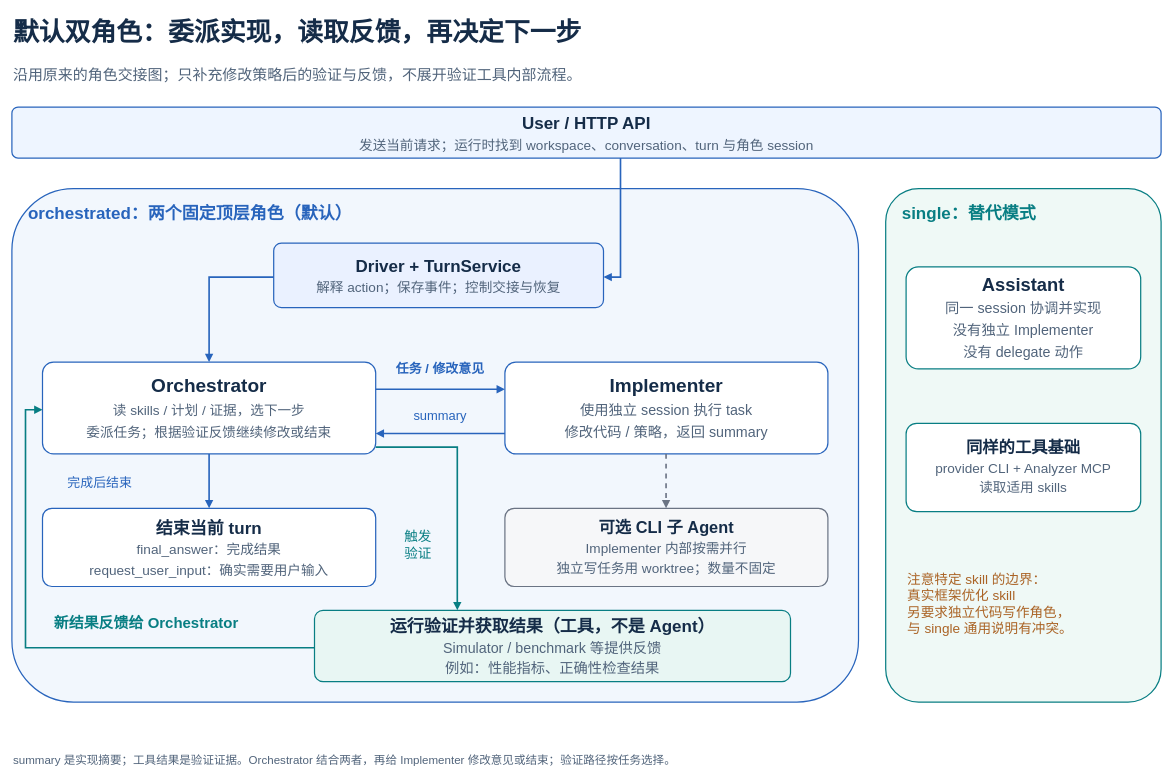
This is page "02 Agent运行时" (2 of 6) of presentations/servingstudio-architecture-six-pages.drawio from Fay0code/LLMServingSim, a draw.io file, before an edit. Source tidied: cells renumbered, new cells numbered last; positions are measured from the earlier drawing's top-left corner, leaving out a move shared by most shapes. Both pictures are drawn from the tidied source at 68%, with x=0, y=0 at pixel (12, 12).
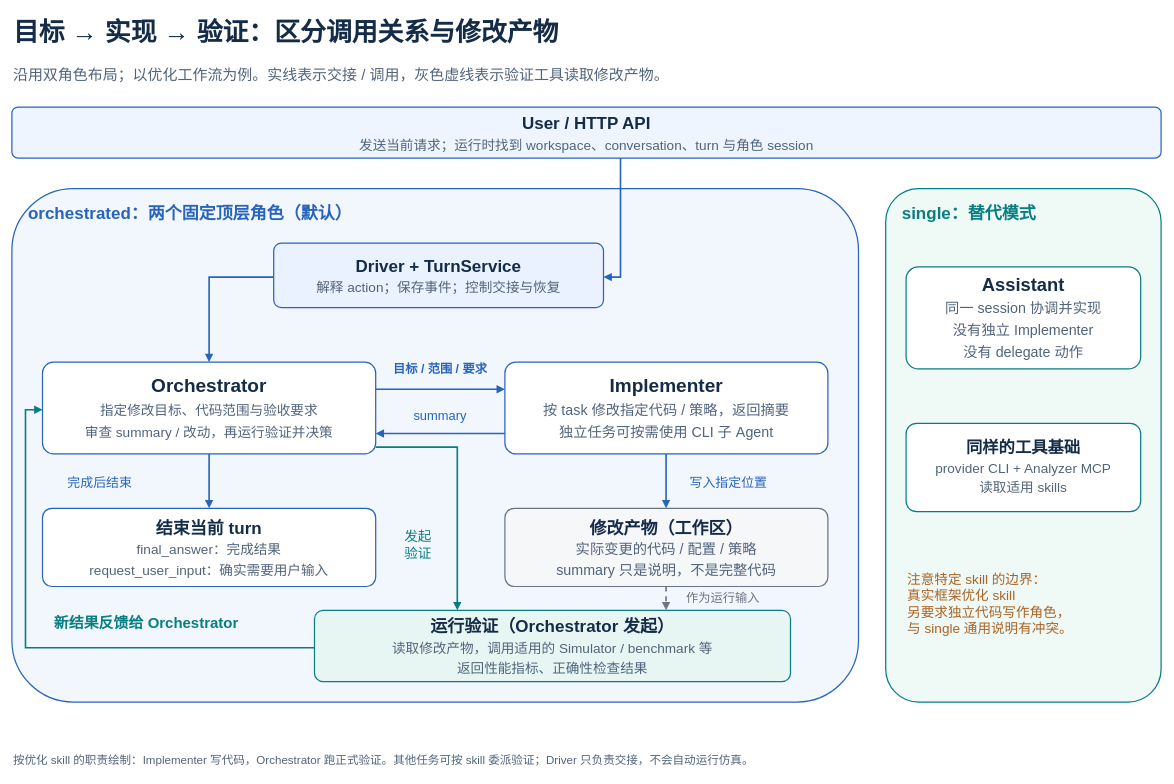
After the change.

Commit message (it also covers changes not shown here):
Clarify task scope and artifact flow in ServingStudio diagram

Unchanged cells that the change refers to:
```xml
<mxCell id="2" style="rounded=1;arcSize=12;html=1;whiteSpace=wrap;align=center;verticalAlign=middle;spacing=12;strokeWidth=1.8;strokeColor=#2864BC;fillColor=#F2F7FD;fontSize=24;fontColor=#152C48;fontFamily=Arial Unicode MS;" parent="1" vertex="1">
  <mxGeometry y="260" width="1245" height="755" as="geometry" />
</mxCell>
```

What changed in the source:
```diff
@@
-    <mxCell id="8" style="edgeStyle=none;rounded=0;html=1;endArrow=block;endFill=1;strokeWidth=2.4;strokeColor=#6B7484;exitX=0.49894736842105264;exitY=1.0;exitDx=0;exitDy=0;entryX=0.49894736842105264;entryY=0.0;entryDx=0;entryDy=0;dashed=1;" parent="1" edge="1" source="18" target="21">
+    <mxCell id="8" style="edgeStyle=none;rounded=0;html=1;endArrow=block;endFill=1;strokeWidth=2.4;strokeColor=#2864BC;exitX=0.49894736842105264;exitY=1.0;exitDx=0;exitDy=0;entryX=0.49894736842105264;entryY=0.0;entryDx=0;entryDy=0;dashed=0;" parent="1" edge="1" source="18" target="21">
       <mxGeometry relative="1" as="geometry" />
     </mxCell>
@@
+    <mxCell id="32" style="edgeStyle=none;rounded=0;html=1;endArrow=block;endFill=1;strokeWidth=2.4;strokeColor=#6B7484;exitX=0.49894736842105264;exitY=1.0;exitDx=0;exitDy=0;entryX=0.7385714285714285;entryY=0.0;entryDx=0;entryDy=0;dashed=1;" parent="1" edge="1" source="21" target="28">
+      <mxGeometry relative="1" as="geometry" />
+    </mxCell>
-    <mxCell id="12" value="默认双角色：委派实现，读取反馈，再决定下一步" style="text;html=1;strokeColor=none;fillColor=none;align=left;verticalAlign=middle;whiteSpace=wrap;rounded=0;fontSize=38;fontColor=#152C48;fontStyle=1;fontFamily=Arial Unicode MS;" parent="1" vertex="1">
+    <mxCell id="12" value="目标 → 实现 → 验证：区分调用关系与修改产物" style="text;html=1;strokeColor=none;fillColor=none;align=left;verticalAlign=middle;whiteSpace=wrap;rounded=0;fontSize=38;fontColor=#152C48;fontStyle=1;fontFamily=Arial Unicode MS;" parent="1" vertex="1">
       <mxGeometry width="1690" height="62" as="geometry" />
     </mxCell>
-    <mxCell id="13" value="沿用原来的角色交接图；只补充修改策略后的验证与反馈，不展开验证工具内部流程。" style="text;html=1;strokeColor=none;fillColor=none;align=left;verticalAlign=middle;whiteSpace=wrap;rounded=0;fontSize=22;fontColor=#51647B;fontStyle=0;fontFamily=Arial Unicode MS;" parent="1" vertex="1">
+    <mxCell id="13" value="沿用双角色布局；以优化工作流为例。实线表示交接 / 调用，灰色虚线表示验证工具读取修改产物。" style="text;html=1;strokeColor=none;fillColor=none;align=left;verticalAlign=middle;whiteSpace=wrap;rounded=0;fontSize=22;fontColor=#51647B;fontStyle=0;fontFamily=Arial Unicode MS;" parent="1" vertex="1">
       <mxGeometry y="70" width="1690" height="48" as="geometry" />
     </mxCell>
@@
-    <mxCell id="17" value="&lt;b&gt;Orchestrator&lt;/b&gt;&lt;br&gt;&lt;span style='font-size:20px;color:#51647B;'&gt;读 skills / 计划 / 证据，选下一步&lt;br&gt;委派任务；根据验证反馈继续修改或结束&lt;/span&gt;" style="rounded=1;arcSize=12;html=1;whiteSpace=wrap;align=center;verticalAlign=middle;spacing=12;strokeWidth=1.8;strokeColor=#2864BC;fillColor=#FFFFFF;fontSize=28;fontColor=#152C48;fontFamily=Arial Unicode MS;" parent="2" vertex="1">
+    <mxCell id="17" value="&lt;b&gt;Orchestrator&lt;/b&gt;&lt;br&gt;&lt;span style='font-size:20px;color:#51647B;'&gt;指定修改目标、代码范围与验收要求&lt;br&gt;审查 summary / 改动，再运行验证并决策&lt;/span&gt;" style="rounded=1;arcSize=12;html=1;whiteSpace=wrap;align=center;verticalAlign=middle;spacing=12;strokeWidth=1.8;strokeColor=#2864BC;fillColor=#FFFFFF;fontSize=28;fontColor=#152C48;fontFamily=Arial Unicode MS;" parent="2" vertex="1">
       <mxGeometry x="45" y="255" width="490" height="135" as="geometry" />
     </mxCell>
-    <mxCell id="18" value="&lt;b&gt;Implementer&lt;/b&gt;&lt;br&gt;&lt;span style='font-size:21px;color:#51647B;'&gt;使用独立 session 执行 task&lt;br&gt;修改代码 / 策略，返回 summary&lt;/span&gt;" style="rounded=1;arcSize=12;html=1;whiteSpace=wrap;align=center;verticalAlign=middle;spacing=12;strokeWidth=1.8;strokeColor=#2864BC;fillColor=#FFFFFF;fontSize=28;fontColor=#152C48;fontFamily=Arial Unicode MS;" parent="2" vertex="1">
+    <mxCell id="18" value="&lt;b&gt;Implementer&lt;/b&gt;&lt;br&gt;&lt;span style='font-size:21px;color:#51647B;'&gt;按 task 修改指定代码 / 策略，返回摘要&lt;br&gt;独立任务可按需使用 CLI 子 Agent&lt;/span&gt;" style="rounded=1;arcSize=12;html=1;whiteSpace=wrap;align=center;verticalAlign=middle;spacing=12;strokeWidth=1.8;strokeColor=#2864BC;fillColor=#FFFFFF;fontSize=28;fontColor=#152C48;fontFamily=Arial Unicode MS;" parent="2" vertex="1">
       <mxGeometry x="725" y="255" width="475" height="135" as="geometry" />
     </mxCell>
-    <mxCell id="19" value="任务 / 修改意见" style="text;html=1;strokeColor=none;fillColor=none;align=center;verticalAlign=middle;whiteSpace=wrap;rounded=0;fontSize=19;fontColor=#2864BC;fontStyle=1;fontFamily=Arial Unicode MS;" parent="2" vertex="1">
+    <mxCell id="19" value="目标 / 范围 / 要求" style="text;html=1;strokeColor=none;fillColor=none;align=center;verticalAlign=middle;whiteSpace=wrap;rounded=0;fontSize=18;fontColor=#2864BC;fontStyle=1;fontFamily=Arial Unicode MS;" parent="2" vertex="1">
       <mxGeometry x="545" y="245" width="170" height="40" as="geometry" />
     </mxCell>
@@
-    <mxCell id="21" value="&lt;b&gt;可选 CLI 子 Agent&lt;/b&gt;&lt;br&gt;&lt;span style='font-size:20px;color:#51647B;'&gt;Implementer 内部按需并行&lt;br&gt;独立写任务用 worktree；数量不固定&lt;/span&gt;" style="rounded=1;arcSize=12;html=1;whiteSpace=wrap;align=center;verticalAlign=middle;spacing=12;strokeWidth=1.8;strokeColor=#6B7484;fillColor=#F6F7F9;fontSize=24;fontColor=#152C48;fontFamily=Arial Unicode MS;" parent="2" vertex="1">
+    <mxCell id="21" value="&lt;b&gt;修改产物（工作区）&lt;/b&gt;&lt;br&gt;&lt;span style='font-size:21px;color:#51647B;'&gt;实际变更的代码 / 配置 / 策略&lt;br&gt;summary 只是说明，不是完整代码&lt;/span&gt;" style="rounded=1;arcSize=12;html=1;whiteSpace=wrap;align=center;verticalAlign=middle;spacing=12;strokeWidth=1.8;strokeColor=#6B7484;fillColor=#F6F7F9;fontSize=25;fontColor=#152C48;fontFamily=Arial Unicode MS;" parent="2" vertex="1">
       <mxGeometry x="725" y="470" width="475" height="115" as="geometry" />
     </mxCell>
@@
-    <mxCell id="27" value="summary 是实现摘要；工具结果是验证证据。Orchestrator 结合两者，再给 Implementer 修改意见或结束；验证路径按任务选择。" style="text;html=1;strokeColor=none;fillColor=none;align=left;verticalAlign=middle;whiteSpace=wrap;rounded=0;fontSize=17;fontColor=#51647B;fontStyle=0;fontFamily=Arial Unicode MS;" parent="1" vertex="1">
+    <mxCell id="27" value="按优化 skill 的职责绘制：Implementer 写代码，Orchestrator 跑正式验证。其他任务可按 skill 委派验证；Driver 只负责交接，不会自动运行仿真。" style="text;html=1;strokeColor=none;fillColor=none;align=left;verticalAlign=middle;whiteSpace=wrap;rounded=0;fontSize=17;fontColor=#51647B;fontStyle=0;fontFamily=Arial Unicode MS;" parent="1" vertex="1">
       <mxGeometry y="1085" width="1690" height="34" as="geometry" />
     </mxCell>
-    <mxCell id="28" value="&lt;b&gt;运行验证并获取结果（工具，不是 Agent）&lt;/b&gt;&lt;br&gt;&lt;span style='font-size:21px;color:#51647B;'&gt;Simulator / benchmark 等提供反馈&lt;br&gt;例如：性能指标、正确性检查结果&lt;/span&gt;" style="rounded=1;arcSize=12;html=1;whiteSpace=wrap;align=center;verticalAlign=middle;spacing=12;strokeWidth=1.8;strokeColor=#087E83;fillColor=#E8F6F3;fontSize=25;fontColor=#152C48;fontFamily=Arial Unicode MS;" parent="2" vertex="1">
+    <mxCell id="28" value="&lt;b&gt;运行验证（Orchestrator 发起）&lt;/b&gt;&lt;br&gt;&lt;span style='font-size:20px;color:#51647B;'&gt;读取修改产物，调用适用的 Simulator / benchmark 等&lt;br&gt;返回性能指标、正确性检查结果&lt;/span&gt;" style="rounded=1;arcSize=12;html=1;whiteSpace=wrap;align=center;verticalAlign=middle;spacing=12;strokeWidth=1.8;strokeColor=#087E83;fillColor=#E8F6F3;fontSize=25;fontColor=#152C48;fontFamily=Arial Unicode MS;" parent="2" vertex="1">
       <mxGeometry x="445" y="620" width="700" height="105" as="geometry" />
     </mxCell>
-    <mxCell id="29" value="触发&lt;br&gt;验证" style="text;html=1;strokeColor=none;fillColor=none;align=center;verticalAlign=middle;whiteSpace=wrap;rounded=0;fontSize=20;fontColor=#087E83;fontStyle=0;fontFamily=Arial Unicode MS;" parent="2" vertex="1">
+    <mxCell id="29" value="发起&lt;br&gt;验证" style="text;html=1;strokeColor=none;fillColor=none;align=center;verticalAlign=middle;whiteSpace=wrap;rounded=0;fontSize=20;fontColor=#087E83;fontStyle=0;fontFamily=Arial Unicode MS;" parent="2" vertex="1">
       <mxGeometry x="555" y="490" width="85" height="65" as="geometry" />
     </mxCell>
@@
+    <mxCell id="33" value="写入指定位置" style="text;html=1;strokeColor=none;fillColor=none;align=left;verticalAlign=middle;whiteSpace=wrap;rounded=0;fontSize=19;fontColor=#2864BC;fontStyle=0;fontFamily=Arial Unicode MS;" parent="2" vertex="1">
+      <mxGeometry x="995" y="415" width="175" height="35" as="geometry" />
+    </mxCell>
+    <mxCell id="34" value="作为运行输入" style="text;html=1;strokeColor=none;fillColor=none;align=left;verticalAlign=middle;whiteSpace=wrap;rounded=0;fontSize=18;fontColor=#6B7484;fontStyle=0;fontFamily=Arial Unicode MS;" parent="2" vertex="1">
+      <mxGeometry x="990" y="588" width="200" height="28" as="geometry" />
+    </mxCell>
```
